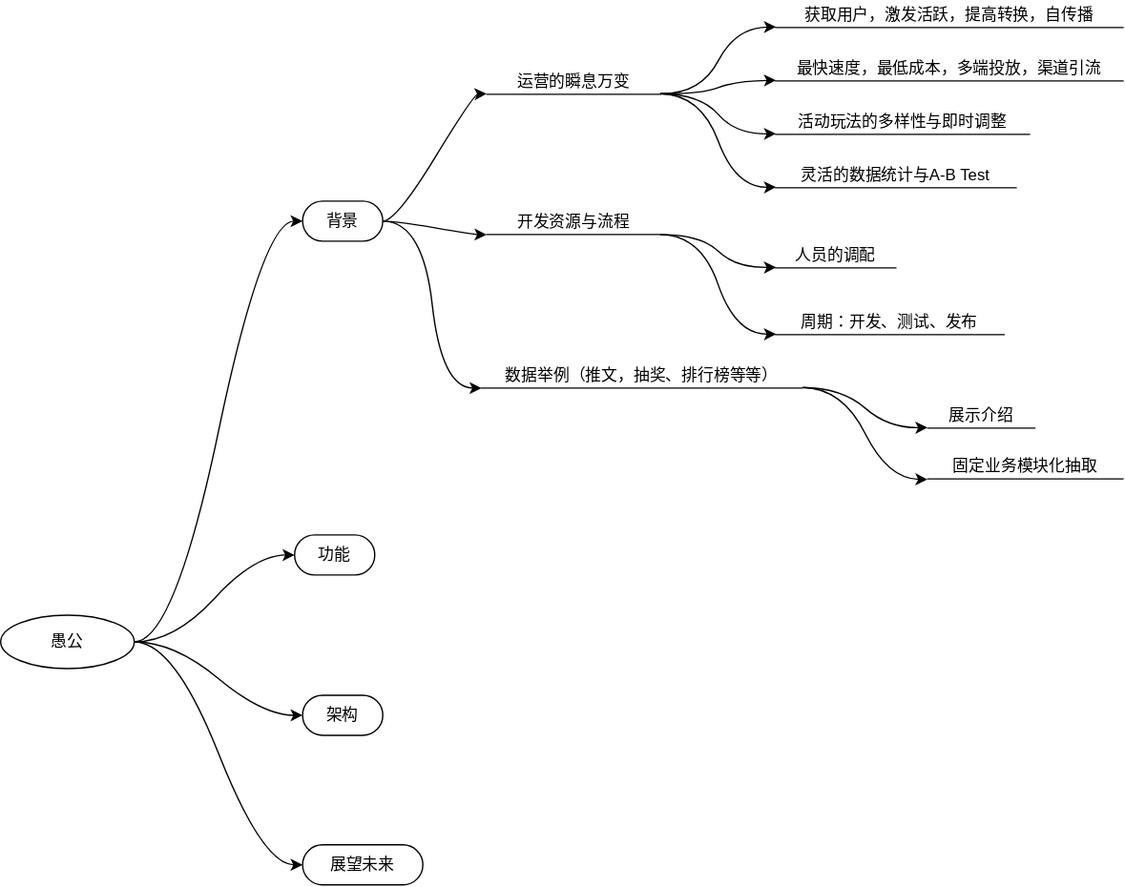
Earlier version of the draw.io export yugong/outline.svg (eightfeet/mind). Source tidied: cells renumbered, new cells last; positions are measured from the earlier drawing's top-left corner, leaving out a move shared by most shapes.
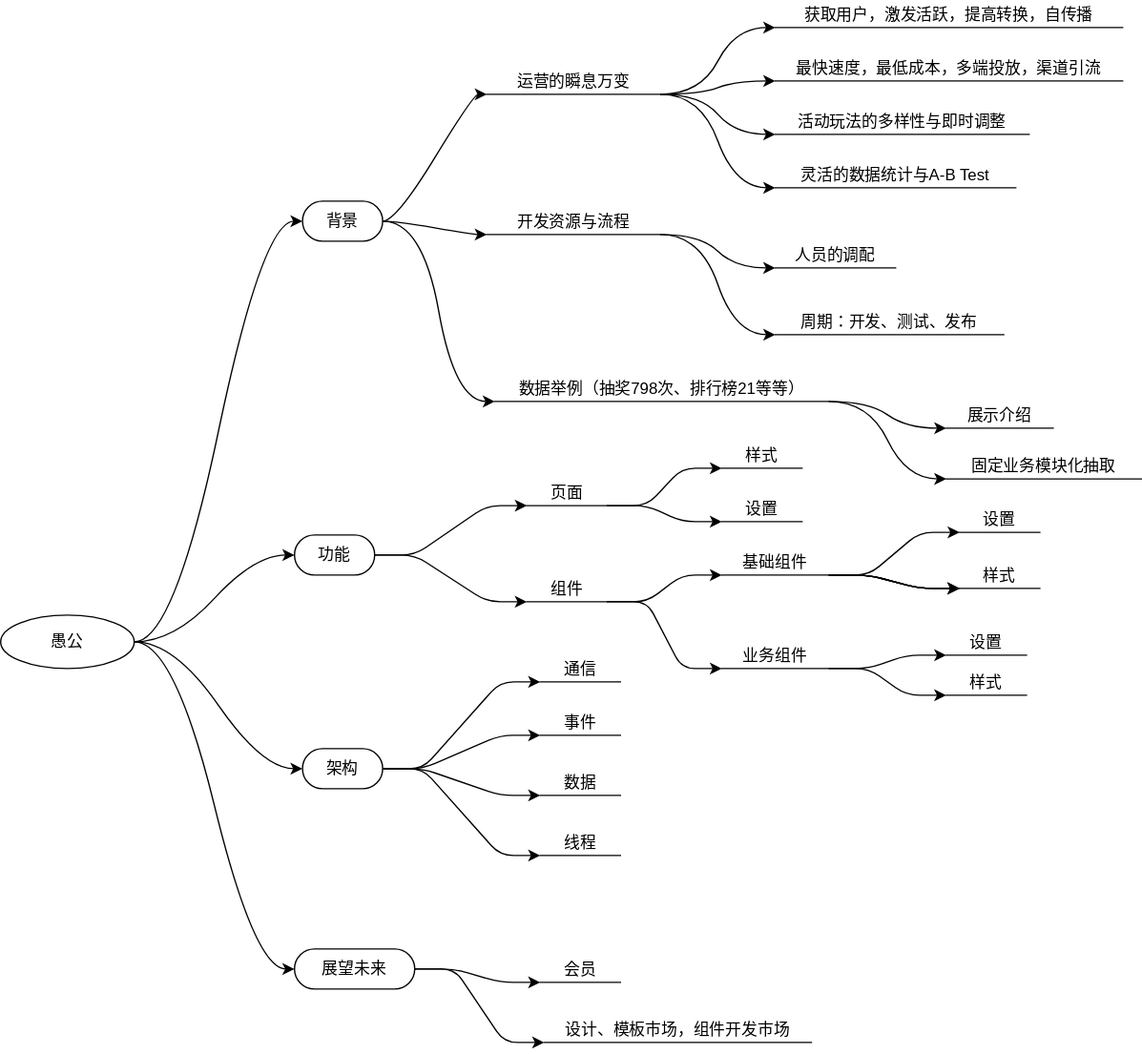
After the commit.

Diff of the diagram source:
```diff
@@ -23,14 +23,38 @@
     <mxCell id="8" value="背景" style="whiteSpace=wrap;html=1;rounded=1;arcSize=50;align=center;verticalAlign=middle;strokeWidth=1;spacing=4;newEdgeStyle={&quot;edgeStyle&quot;:&quot;entityRelationEdgeStyle&quot;,&quot;startArrow&quot;:&quot;none&quot;,&quot;endArrow&quot;:&quot;none&quot;,&quot;segment&quot;:10,&quot;curved&quot;:1};" parent="1" vertex="1">
       <mxGeometry x="226" y="150" width="60" height="30" as="geometry" />
     </mxCell>
+    <mxCell id="33" style="edgeStyle=entityRelationEdgeStyle;html=1;exitX=1;exitY=0.5;exitDx=0;exitDy=0;entryX=0;entryY=1;entryDx=0;entryDy=0;" parent="1" edge="1" source="9" target="62">
+      <mxGeometry relative="1" as="geometry" />
+    </mxCell>
+    <mxCell id="34" style="edgeStyle=entityRelationEdgeStyle;html=1;" parent="1" edge="1" source="9" target="63">
+      <mxGeometry relative="1" as="geometry" />
+    </mxCell>
+    <mxCell id="35" style="edgeStyle=entityRelationEdgeStyle;html=1;" parent="1" edge="1" source="9" target="64">
+      <mxGeometry relative="1" as="geometry" />
+    </mxCell>
+    <mxCell id="36" style="edgeStyle=entityRelationEdgeStyle;html=1;entryX=0;entryY=1;entryDx=0;entryDy=0;" parent="1" edge="1" source="9" target="65">
+      <mxGeometry relative="1" as="geometry" />
+    </mxCell>
     <mxCell id="9" value="架构" style="whiteSpace=wrap;html=1;rounded=1;arcSize=50;align=center;verticalAlign=middle;strokeWidth=1;spacing=4;newEdgeStyle={&quot;edgeStyle&quot;:&quot;entityRelationEdgeStyle&quot;,&quot;startArrow&quot;:&quot;none&quot;,&quot;endArrow&quot;:&quot;none&quot;,&quot;segment&quot;:10,&quot;curved&quot;:1};" parent="1" vertex="1">
-      <mxGeometry x="226" y="520" width="60" height="30" as="geometry" />
+      <mxGeometry x="226" y="560" width="60" height="30" as="geometry" />
     </mxCell>
+    <mxCell id="37" style="edgeStyle=entityRelationEdgeStyle;html=1;exitX=1;exitY=0.5;exitDx=0;exitDy=0;entryX=0;entryY=1;entryDx=0;entryDy=0;" parent="1" edge="1" source="10" target="43">
+      <mxGeometry relative="1" as="geometry" />
+    </mxCell>
+    <mxCell id="38" style="edgeStyle=entityRelationEdgeStyle;html=1;exitX=1;exitY=0.5;exitDx=0;exitDy=0;entryX=0;entryY=1;entryDx=0;entryDy=0;" parent="1" edge="1" source="10" target="46">
+      <mxGeometry relative="1" as="geometry" />
+    </mxCell>
     <mxCell id="10" value="功能" style="whiteSpace=wrap;html=1;rounded=1;arcSize=50;align=center;verticalAlign=middle;strokeWidth=1;spacing=4;newEdgeStyle={&quot;edgeStyle&quot;:&quot;entityRelationEdgeStyle&quot;,&quot;startArrow&quot;:&quot;none&quot;,&quot;endArrow&quot;:&quot;none&quot;,&quot;segment&quot;:10,&quot;curved&quot;:1};" parent="1" vertex="1">
       <mxGeometry x="220" y="400" width="60" height="30" as="geometry" />
     </mxCell>
+    <mxCell id="39" style="edgeStyle=entityRelationEdgeStyle;html=1;entryX=0;entryY=1;entryDx=0;entryDy=0;" parent="1" edge="1" source="11" target="66">
+      <mxGeometry relative="1" as="geometry" />
+    </mxCell>
+    <mxCell id="40" style="edgeStyle=entityRelationEdgeStyle;html=1;" parent="1" edge="1" source="11" target="67">
+      <mxGeometry relative="1" as="geometry" />
+    </mxCell>
     <mxCell id="11" value="展望未来" style="whiteSpace=wrap;html=1;rounded=1;arcSize=50;align=center;verticalAlign=middle;strokeWidth=1;spacing=4;newEdgeStyle={&quot;edgeStyle&quot;:&quot;entityRelationEdgeStyle&quot;,&quot;startArrow&quot;:&quot;none&quot;,&quot;endArrow&quot;:&quot;none&quot;,&quot;segment&quot;:10,&quot;curved&quot;:1};" parent="1" vertex="1">
-      <mxGeometry x="226" y="632" width="90" height="30" as="geometry" />
+      <mxGeometry x="220" y="710" width="90" height="30" as="geometry" />
     </mxCell>
     <mxCell id="12" style="edgeStyle=entityRelationEdgeStyle;curved=1;html=1;" parent="1" edge="1" source="16" target="24">
       <mxGeometry relative="1" as="geometry" />
@@ -86,14 +110,95 @@
     <mxCell id="29" style="edgeStyle=entityRelationEdgeStyle;curved=1;html=1;endArrow=classic;endFill=1;" parent="1" edge="1" source="30" target="32">
       <mxGeometry relative="1" as="geometry" />
     </mxCell>
-    <mxCell id="30" value="数据举例（推文，抽奖、排行榜等等）" style="whiteSpace=wrap;html=1;shape=partialRectangle;top=0;left=0;bottom=1;right=0;points=[[0,1],[1,1]];fillColor=none;align=center;verticalAlign=bottom;routingCenterY=0.5;snapToPoint=1;newEdgeStyle={&quot;edgeStyle&quot;:&quot;entityRelationEdgeStyle&quot;,&quot;startArrow&quot;:&quot;none&quot;,&quot;endArrow&quot;:&quot;none&quot;,&quot;segment&quot;:10,&quot;curved&quot;:1};" parent="1" vertex="1">
-      <mxGeometry x="360" y="270" width="240" height="20" as="geometry" />
+    <mxCell id="30" value="数据举例（抽奖798次、排行榜21等等）" style="whiteSpace=wrap;html=1;shape=partialRectangle;top=0;left=0;bottom=1;right=0;points=[[0,1],[1,1]];fillColor=none;align=center;verticalAlign=bottom;routingCenterY=0.5;snapToPoint=1;newEdgeStyle={&quot;edgeStyle&quot;:&quot;entityRelationEdgeStyle&quot;,&quot;startArrow&quot;:&quot;none&quot;,&quot;endArrow&quot;:&quot;none&quot;,&quot;segment&quot;:10,&quot;curved&quot;:1};" parent="1" vertex="1">
+      <mxGeometry x="370" y="280" width="250" height="20" as="geometry" />
     </mxCell>
     <mxCell id="31" value="展示介绍" style="whiteSpace=wrap;html=1;shape=partialRectangle;top=0;left=0;bottom=1;right=0;points=[[0,1],[1,1]];fillColor=none;align=center;verticalAlign=bottom;routingCenterY=0.5;snapToPoint=1;newEdgeStyle={&quot;edgeStyle&quot;:&quot;entityRelationEdgeStyle&quot;,&quot;startArrow&quot;:&quot;none&quot;,&quot;endArrow&quot;:&quot;none&quot;,&quot;segment&quot;:10,&quot;curved&quot;:1};" parent="1" vertex="1">
-      <mxGeometry x="694" y="300" width="80" height="20" as="geometry" />
+      <mxGeometry x="708" y="300" width="80" height="20" as="geometry" />
     </mxCell>
     <mxCell id="32" value="固定业务模块化抽取" style="whiteSpace=wrap;html=1;shape=partialRectangle;top=0;left=0;bottom=1;right=0;points=[[0,1],[1,1]];fillColor=none;align=center;verticalAlign=bottom;routingCenterY=0.5;snapToPoint=1;newEdgeStyle={&quot;edgeStyle&quot;:&quot;entityRelationEdgeStyle&quot;,&quot;startArrow&quot;:&quot;none&quot;,&quot;endArrow&quot;:&quot;none&quot;,&quot;segment&quot;:10,&quot;curved&quot;:1};" parent="1" vertex="1">
-      <mxGeometry x="694" y="338" width="146" height="20" as="geometry" />
+      <mxGeometry x="708" y="338" width="146" height="20" as="geometry" />
     </mxCell>
+    <mxCell id="41" style="edgeStyle=entityRelationEdgeStyle;html=1;" parent="1" edge="1" source="43" target="56">
+      <mxGeometry relative="1" as="geometry" />
+    </mxCell>
+    <mxCell id="42" style="edgeStyle=entityRelationEdgeStyle;html=1;" parent="1" edge="1" source="43" target="57">
+      <mxGeometry relative="1" as="geometry" />
+    </mxCell>
+    <mxCell id="43" value="页面" style="whiteSpace=wrap;html=1;shape=partialRectangle;top=0;left=0;bottom=1;right=0;points=[[0,1],[1,1]];fillColor=none;align=center;verticalAlign=bottom;routingCenterY=0.5;snapToPoint=1;newEdgeStyle={&quot;edgeStyle&quot;:&quot;entityRelationEdgeStyle&quot;,&quot;startArrow&quot;:&quot;none&quot;,&quot;endArrow&quot;:&quot;none&quot;,&quot;segment&quot;:10,&quot;curved&quot;:1};" parent="1" vertex="1">
+      <mxGeometry x="394" y="358" width="60" height="20" as="geometry" />
+    </mxCell>
+    <mxCell id="44" style="edgeStyle=entityRelationEdgeStyle;html=1;" parent="1" edge="1" source="46" target="52">
+      <mxGeometry relative="1" as="geometry" />
+    </mxCell>
+    <mxCell id="45" style="edgeStyle=entityRelationEdgeStyle;html=1;" parent="1" edge="1" source="46" target="55">
+      <mxGeometry relative="1" as="geometry" />
+    </mxCell>
+    <mxCell id="46" value="组件" style="whiteSpace=wrap;html=1;shape=partialRectangle;top=0;left=0;bottom=1;right=0;points=[[0,1],[1,1]];fillColor=none;align=center;verticalAlign=bottom;routingCenterY=0.5;snapToPoint=1;newEdgeStyle={&quot;edgeStyle&quot;:&quot;entityRelationEdgeStyle&quot;,&quot;startArrow&quot;:&quot;none&quot;,&quot;endArrow&quot;:&quot;none&quot;,&quot;segment&quot;:10,&quot;curved&quot;:1};" parent="1" vertex="1">
+      <mxGeometry x="394" y="430" width="60" height="20" as="geometry" />
+    </mxCell>
+    <mxCell id="47" style="edgeStyle=entityRelationEdgeStyle;html=1;" parent="1" edge="1" source="52" target="58">
+      <mxGeometry relative="1" as="geometry" />
+    </mxCell>
+    <mxCell id="48" style="edgeStyle=entityRelationEdgeStyle;html=1;" parent="1" edge="1" source="52" target="58">
+      <mxGeometry relative="1" as="geometry" />
+    </mxCell>
+    <mxCell id="49" style="edgeStyle=entityRelationEdgeStyle;html=1;" parent="1" edge="1" source="52" target="58">
+      <mxGeometry relative="1" as="geometry" />
+    </mxCell>
+    <mxCell id="50" style="edgeStyle=entityRelationEdgeStyle;html=1;" parent="1" edge="1" source="52" target="58">
+      <mxGeometry relative="1" as="geometry" />
+    </mxCell>
+    <mxCell id="51" style="edgeStyle=entityRelationEdgeStyle;html=1;" parent="1" edge="1" source="52" target="59">
+      <mxGeometry relative="1" as="geometry" />
+    </mxCell>
+    <mxCell id="52" value="基础组件" style="whiteSpace=wrap;html=1;shape=partialRectangle;top=0;left=0;bottom=1;right=0;points=[[0,1],[1,1]];fillColor=none;align=center;verticalAlign=bottom;routingCenterY=0.5;snapToPoint=1;newEdgeStyle={&quot;edgeStyle&quot;:&quot;entityRelationEdgeStyle&quot;,&quot;startArrow&quot;:&quot;none&quot;,&quot;endArrow&quot;:&quot;none&quot;,&quot;segment&quot;:10,&quot;curved&quot;:1};" parent="1" vertex="1">
+      <mxGeometry x="540" y="410" width="80" height="20" as="geometry" />
+    </mxCell>
+    <mxCell id="53" style="edgeStyle=entityRelationEdgeStyle;html=1;" parent="1" edge="1" source="55" target="60">
+      <mxGeometry relative="1" as="geometry" />
+    </mxCell>
+    <mxCell id="54" style="edgeStyle=entityRelationEdgeStyle;html=1;" parent="1" edge="1" source="55" target="61">
+      <mxGeometry relative="1" as="geometry" />
+    </mxCell>
+    <mxCell id="55" value="业务组件" style="whiteSpace=wrap;html=1;shape=partialRectangle;top=0;left=0;bottom=1;right=0;points=[[0,1],[1,1]];fillColor=none;align=center;verticalAlign=bottom;routingCenterY=0.5;snapToPoint=1;newEdgeStyle={&quot;edgeStyle&quot;:&quot;entityRelationEdgeStyle&quot;,&quot;startArrow&quot;:&quot;none&quot;,&quot;endArrow&quot;:&quot;none&quot;,&quot;segment&quot;:10,&quot;curved&quot;:1};" parent="1" vertex="1">
+      <mxGeometry x="540" y="480" width="80" height="20" as="geometry" />
+    </mxCell>
+    <mxCell id="56" value="样式" style="whiteSpace=wrap;html=1;shape=partialRectangle;top=0;left=0;bottom=1;right=0;points=[[0,1],[1,1]];fillColor=none;align=center;verticalAlign=bottom;routingCenterY=0.5;snapToPoint=1;newEdgeStyle={&quot;edgeStyle&quot;:&quot;entityRelationEdgeStyle&quot;,&quot;startArrow&quot;:&quot;none&quot;,&quot;endArrow&quot;:&quot;none&quot;,&quot;segment&quot;:10,&quot;curved&quot;:1};" parent="1" vertex="1">
+      <mxGeometry x="540" y="330" width="60" height="20" as="geometry" />
+    </mxCell>
+    <mxCell id="57" value="设置" style="whiteSpace=wrap;html=1;shape=partialRectangle;top=0;left=0;bottom=1;right=0;points=[[0,1],[1,1]];fillColor=none;align=center;verticalAlign=bottom;routingCenterY=0.5;snapToPoint=1;newEdgeStyle={&quot;edgeStyle&quot;:&quot;entityRelationEdgeStyle&quot;,&quot;startArrow&quot;:&quot;none&quot;,&quot;endArrow&quot;:&quot;none&quot;,&quot;segment&quot;:10,&quot;curved&quot;:1};" parent="1" vertex="1">
+      <mxGeometry x="540" y="370" width="60" height="20" as="geometry" />
+    </mxCell>
+    <mxCell id="58" value="样式" style="whiteSpace=wrap;html=1;shape=partialRectangle;top=0;left=0;bottom=1;right=0;points=[[0,1],[1,1]];fillColor=none;align=center;verticalAlign=bottom;routingCenterY=0.5;snapToPoint=1;newEdgeStyle={&quot;edgeStyle&quot;:&quot;entityRelationEdgeStyle&quot;,&quot;startArrow&quot;:&quot;none&quot;,&quot;endArrow&quot;:&quot;none&quot;,&quot;segment&quot;:10,&quot;curved&quot;:1};" parent="1" vertex="1">
+      <mxGeometry x="718" y="420" width="60" height="20" as="geometry" />
+    </mxCell>
+    <mxCell id="59" value="设置" style="whiteSpace=wrap;html=1;shape=partialRectangle;top=0;left=0;bottom=1;right=0;points=[[0,1],[1,1]];fillColor=none;align=center;verticalAlign=bottom;routingCenterY=0.5;snapToPoint=1;newEdgeStyle={&quot;edgeStyle&quot;:&quot;entityRelationEdgeStyle&quot;,&quot;startArrow&quot;:&quot;none&quot;,&quot;endArrow&quot;:&quot;none&quot;,&quot;segment&quot;:10,&quot;curved&quot;:1};" parent="1" vertex="1">
+      <mxGeometry x="718" y="378" width="60" height="20" as="geometry" />
+    </mxCell>
+    <mxCell id="60" value="样式" style="whiteSpace=wrap;html=1;shape=partialRectangle;top=0;left=0;bottom=1;right=0;points=[[0,1],[1,1]];fillColor=none;align=center;verticalAlign=bottom;routingCenterY=0.5;snapToPoint=1;newEdgeStyle={&quot;edgeStyle&quot;:&quot;entityRelationEdgeStyle&quot;,&quot;startArrow&quot;:&quot;none&quot;,&quot;endArrow&quot;:&quot;none&quot;,&quot;segment&quot;:10,&quot;curved&quot;:1};" parent="1" vertex="1">
+      <mxGeometry x="708" y="500" width="60" height="20" as="geometry" />
+    </mxCell>
+    <mxCell id="61" value="设置" style="whiteSpace=wrap;html=1;shape=partialRectangle;top=0;left=0;bottom=1;right=0;points=[[0,1],[1,1]];fillColor=none;align=center;verticalAlign=bottom;routingCenterY=0.5;snapToPoint=1;newEdgeStyle={&quot;edgeStyle&quot;:&quot;entityRelationEdgeStyle&quot;,&quot;startArrow&quot;:&quot;none&quot;,&quot;endArrow&quot;:&quot;none&quot;,&quot;segment&quot;:10,&quot;curved&quot;:1};" parent="1" vertex="1">
+      <mxGeometry x="708" y="470" width="60" height="20" as="geometry" />
+    </mxCell>
+    <mxCell id="62" value="通信" style="whiteSpace=wrap;html=1;shape=partialRectangle;top=0;left=0;bottom=1;right=0;points=[[0,1],[1,1]];fillColor=none;align=center;verticalAlign=bottom;routingCenterY=0.5;snapToPoint=1;newEdgeStyle={&quot;edgeStyle&quot;:&quot;entityRelationEdgeStyle&quot;,&quot;startArrow&quot;:&quot;none&quot;,&quot;endArrow&quot;:&quot;none&quot;,&quot;segment&quot;:10,&quot;curved&quot;:1};" parent="1" vertex="1">
+      <mxGeometry x="404" y="490" width="60" height="20" as="geometry" />
+    </mxCell>
+    <mxCell id="63" value="事件" style="whiteSpace=wrap;html=1;shape=partialRectangle;top=0;left=0;bottom=1;right=0;points=[[0,1],[1,1]];fillColor=none;align=center;verticalAlign=bottom;routingCenterY=0.5;snapToPoint=1;newEdgeStyle={&quot;edgeStyle&quot;:&quot;entityRelationEdgeStyle&quot;,&quot;startArrow&quot;:&quot;none&quot;,&quot;endArrow&quot;:&quot;none&quot;,&quot;segment&quot;:10,&quot;curved&quot;:1};" parent="1" vertex="1">
+      <mxGeometry x="404" y="530" width="60" height="20" as="geometry" />
+    </mxCell>
+    <mxCell id="64" value="数据" style="whiteSpace=wrap;html=1;shape=partialRectangle;top=0;left=0;bottom=1;right=0;points=[[0,1],[1,1]];fillColor=none;align=center;verticalAlign=bottom;routingCenterY=0.5;snapToPoint=1;newEdgeStyle={&quot;edgeStyle&quot;:&quot;entityRelationEdgeStyle&quot;,&quot;startArrow&quot;:&quot;none&quot;,&quot;endArrow&quot;:&quot;none&quot;,&quot;segment&quot;:10,&quot;curved&quot;:1};" parent="1" vertex="1">
+      <mxGeometry x="404" y="575" width="60" height="20" as="geometry" />
+    </mxCell>
+    <mxCell id="65" value="线程" style="whiteSpace=wrap;html=1;shape=partialRectangle;top=0;left=0;bottom=1;right=0;points=[[0,1],[1,1]];fillColor=none;align=center;verticalAlign=bottom;routingCenterY=0.5;snapToPoint=1;newEdgeStyle={&quot;edgeStyle&quot;:&quot;entityRelationEdgeStyle&quot;,&quot;startArrow&quot;:&quot;none&quot;,&quot;endArrow&quot;:&quot;none&quot;,&quot;segment&quot;:10,&quot;curved&quot;:1};" parent="1" vertex="1">
+      <mxGeometry x="404" y="620" width="60" height="20" as="geometry" />
+    </mxCell>
+    <mxCell id="66" value="会员" style="whiteSpace=wrap;html=1;shape=partialRectangle;top=0;left=0;bottom=1;right=0;points=[[0,1],[1,1]];fillColor=none;align=center;verticalAlign=bottom;routingCenterY=0.5;snapToPoint=1;newEdgeStyle={&quot;edgeStyle&quot;:&quot;entityRelationEdgeStyle&quot;,&quot;startArrow&quot;:&quot;none&quot;,&quot;endArrow&quot;:&quot;none&quot;,&quot;segment&quot;:10,&quot;curved&quot;:1};" parent="1" vertex="1">
+      <mxGeometry x="404" y="715" width="60" height="20" as="geometry" />
+    </mxCell>
+    <mxCell id="67" value="设计、模板市场，组件开发市场" style="whiteSpace=wrap;html=1;shape=partialRectangle;top=0;left=0;bottom=1;right=0;points=[[0,1],[1,1]];fillColor=none;align=center;verticalAlign=bottom;routingCenterY=0.5;snapToPoint=1;newEdgeStyle={&quot;edgeStyle&quot;:&quot;entityRelationEdgeStyle&quot;,&quot;startArrow&quot;:&quot;none&quot;,&quot;endArrow&quot;:&quot;none&quot;,&quot;segment&quot;:10,&quot;curved&quot;:1};" parent="1" vertex="1">
+      <mxGeometry x="407" y="760" width="200" height="20" as="geometry" />
+    </mxCell>
   </root>
 </mxGraphModel>
```
